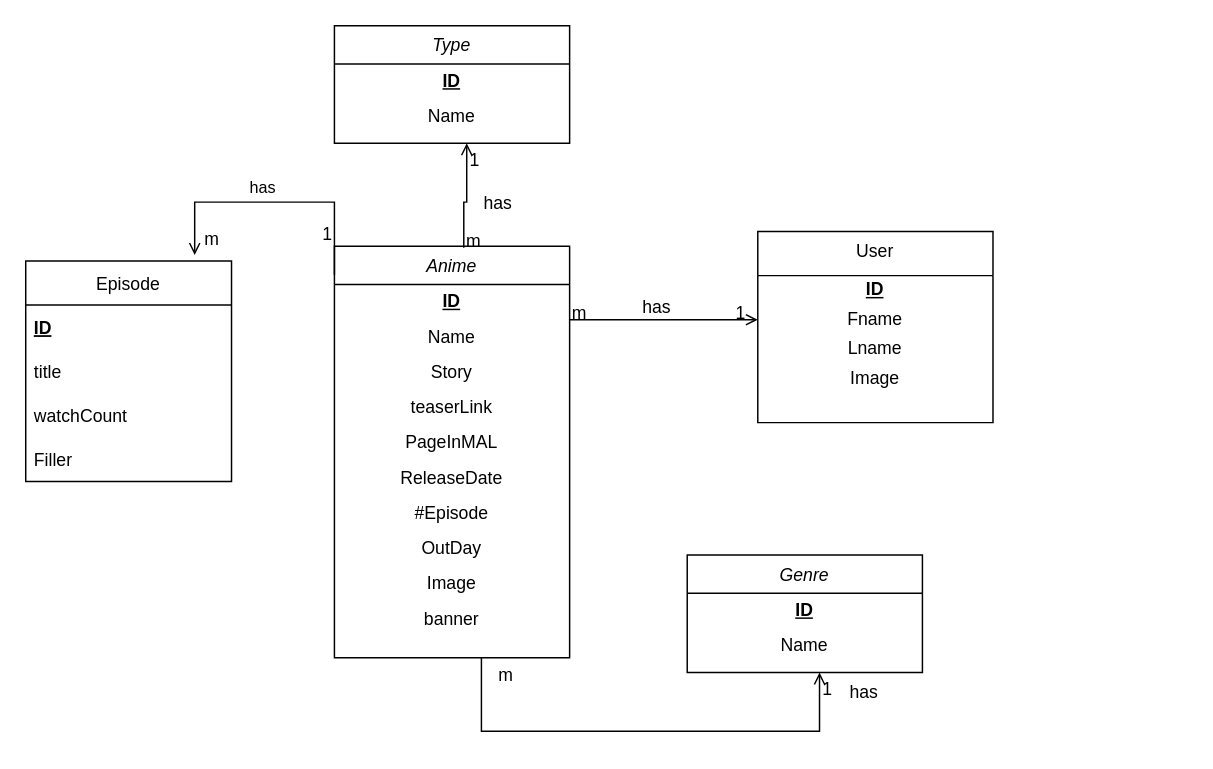
abd-el-rahman-abd-el-zaher/Watch keeps this draw.io diagram as watch-classDiagrame.drawio. Above is the earlier version. Source tidied: cells renumbered, new cells numbered last; positions are measured from the earlier drawing's top-left corner, leaving out a move shared by most shapes. Both pictures are drawn from the tidied source at 147%, with x=0, y=0 at pixel (25, 25).
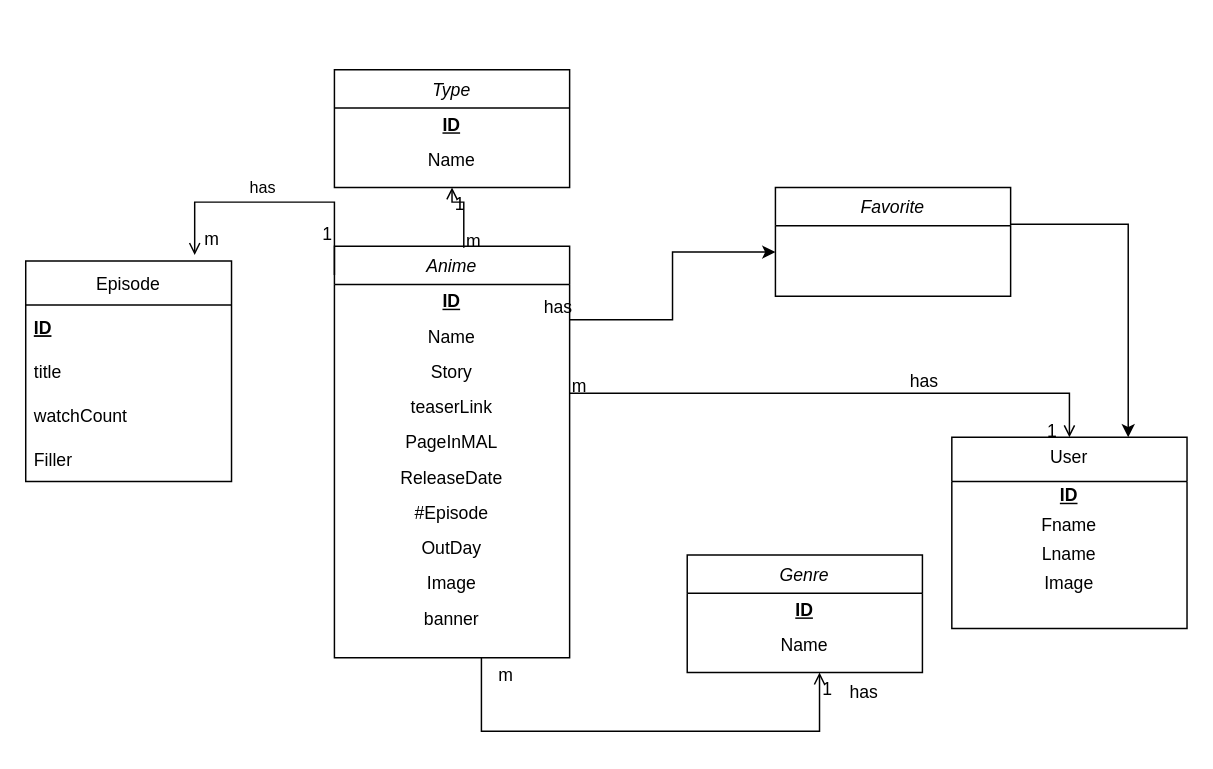
The same diagram, later.

Unchanged cells that the change refers to:
```xml
<mxCell id="2" value="Anime" style="swimlane;fontStyle=2;align=center;verticalAlign=top;horizontal=1;startSize=26;rounded=0;shadow=0;strokeWidth=1;" parent="1" vertex="1">
  <mxGeometry x="210" y="150" width="160" height="280" as="geometry" />
</mxCell>
```

Change to the diagram source:
```diff
@@
+    <mxCell id="44" style="edgeStyle=orthogonalEdgeStyle;rounded=0;jettySize=auto;html=1;entryX=0;entryY=0.75;entryDx=0;entryDy=0;" parent="1" edge="1" source="2">
+      <mxGeometry relative="1" as="geometry">
+        <mxPoint x="510" y="154" as="targetPoint" />
+        <Array as="points">
+          <mxPoint x="440" y="200" />
+          <mxPoint x="440" y="154" />
+        </Array>
+      </mxGeometry>
+    </mxCell>
@@
     <mxCell id="13" value="User" style="swimlane;fontStyle=0;align=center;verticalAlign=top;horizontal=1;startSize=30;rounded=0;shadow=0;strokeWidth=1;" parent="1" vertex="1">
-      <mxGeometry x="498" y="140" width="160" height="130" as="geometry" />
+      <mxGeometry x="630" y="280" width="160" height="130" as="geometry" />
     </mxCell>
@@
     <mxCell id="18" style="endArrow=open;shadow=0;strokeWidth=1;rounded=0;endFill=1;edgeStyle=elbowEdgeStyle;elbow=vertical;" parent="1" edge="1" source="2" target="13">
       <mxGeometry x="0.5" y="41" relative="1" as="geometry">
         <Array as="points">
+          <mxPoint x="540" y="250" />
           <mxPoint x="420" y="200" />
         </Array>
         <mxPoint x="-40" y="32" as="offset" />
       </mxGeometry>
     </mxCell>
@@
     <mxCell id="30" value="Type" style="swimlane;fontStyle=2;align=center;verticalAlign=top;horizontal=1;startSize=26;rounded=0;shadow=0;strokeWidth=1;" parent="1" vertex="1">
-      <mxGeometry x="210" width="160" height="80" as="geometry" />
+      <mxGeometry x="210" y="30" width="160" height="80" as="geometry" />
     </mxCell>
@@
-    <mxCell id="33" style="endArrow=open;shadow=0;strokeWidth=1;rounded=0;endFill=1;edgeStyle=elbowEdgeStyle;elbow=vertical;exitX=0.55;exitY=0.004;exitDx=0;exitDy=0;exitPerimeter=0;" parent="1" edge="1" source="2">
+    <mxCell id="33" style="endArrow=open;shadow=0;strokeWidth=1;rounded=0;endFill=1;edgeStyle=elbowEdgeStyle;elbow=vertical;exitX=0.55;exitY=0.004;exitDx=0;exitDy=0;exitPerimeter=0;entryX=0.5;entryY=1;entryDx=0;entryDy=0;" parent="1" edge="1" source="2" target="30">
       <mxGeometry x="0.5" y="41" relative="1" as="geometry">
-        <mxPoint x="300" y="80" as="targetPoint" />
         <Array as="points">
           <mxPoint x="370" y="120" />
         </Array>
         <mxPoint x="-40" y="32" as="offset" />
       </mxGeometry>
     </mxCell>
@@
+    <mxCell id="45" style="edgeStyle=orthogonalEdgeStyle;rounded=0;jettySize=auto;html=1;entryX=0.75;entryY=0;entryDx=0;entryDy=0;" parent="1" edge="1" source="46" target="13">
+      <mxGeometry relative="1" as="geometry">
+        <Array as="points">
+          <mxPoint x="750" y="135" />
+        </Array>
+      </mxGeometry>
+    </mxCell>
+    <mxCell id="46" value="Favorite" style="swimlane;fontStyle=2;align=center;verticalAlign=top;horizontal=1;startSize=26;rounded=0;shadow=0;strokeWidth=1;" parent="1" vertex="1">
+      <mxGeometry x="510" y="110" width="160" height="74" as="geometry" />
+    </mxCell>
```
